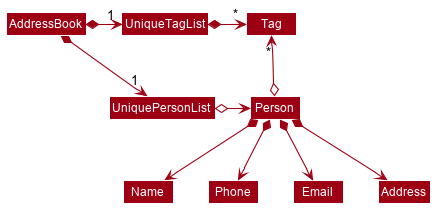
This is docs/images/BetterModelClassDiagram.png from nus-cs2103-AY1920S1/addressbook-level3, a PlantUML export, as it was before one commit.
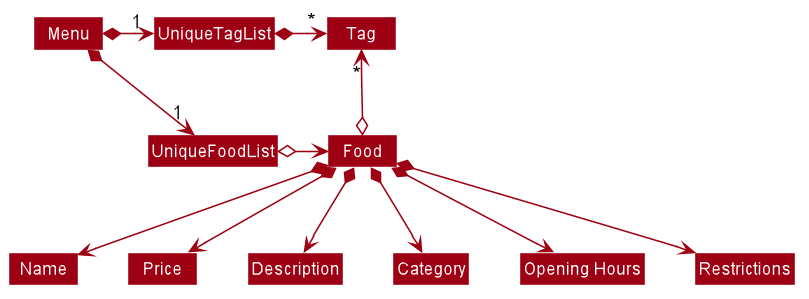
Above is the later version.

What changed in the source:
```diff
@@ -51,18 +51,20 @@
 skinparam arrowColor #9D0012
 skinparam classBackgroundColor #9D0012
 
-AddressBook *-right-> "1" UniquePersonList
-AddressBook *-right-> "1" UniqueTagList
-UniqueTagList -[hidden]down- UniquePersonList
-UniqueTagList -[hidden]down- UniquePersonList
+Menu *-right-> "1" UniqueFoodList
+Menu *-right-> "1" UniqueTagList
+UniqueTagList -[hidden]down- UniqueFoodList
+UniqueTagList -[hidden]down- UniqueFoodList
 
 UniqueTagList *-right-> "*" Tag
-UniquePersonList o-right-> Person
+UniqueFoodList o-right-> Food
 
-Person o-up-> "*" Tag
+Food o-up-> "*" Tag
 
-Person *--> Name
-Person *--> Phone
-Person *--> Email
-Person *--> Address
+Food *--> Name
+Food *--> Price
+Food *--> Description
+Food *--> Category
+Food *--> "Opening Hours"
+Food *--> Restrictions
 @enduml
```
